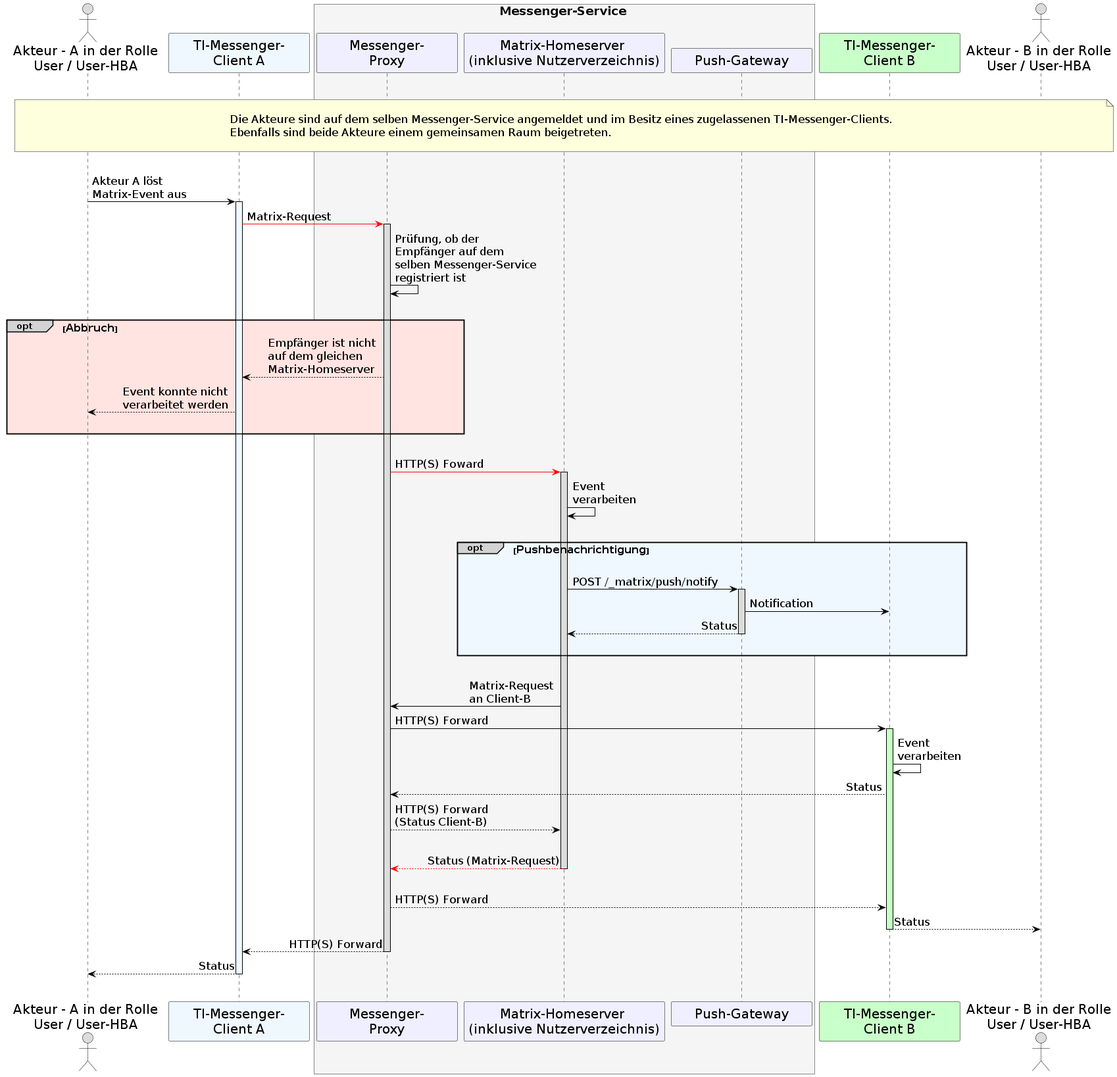
This is images/diagrams/TI-Messenger-Dienst/Ressourcen/UC_10063_Seq.png from gematik/api-ti-messenger, a PlantUML export, as it was before one commit.
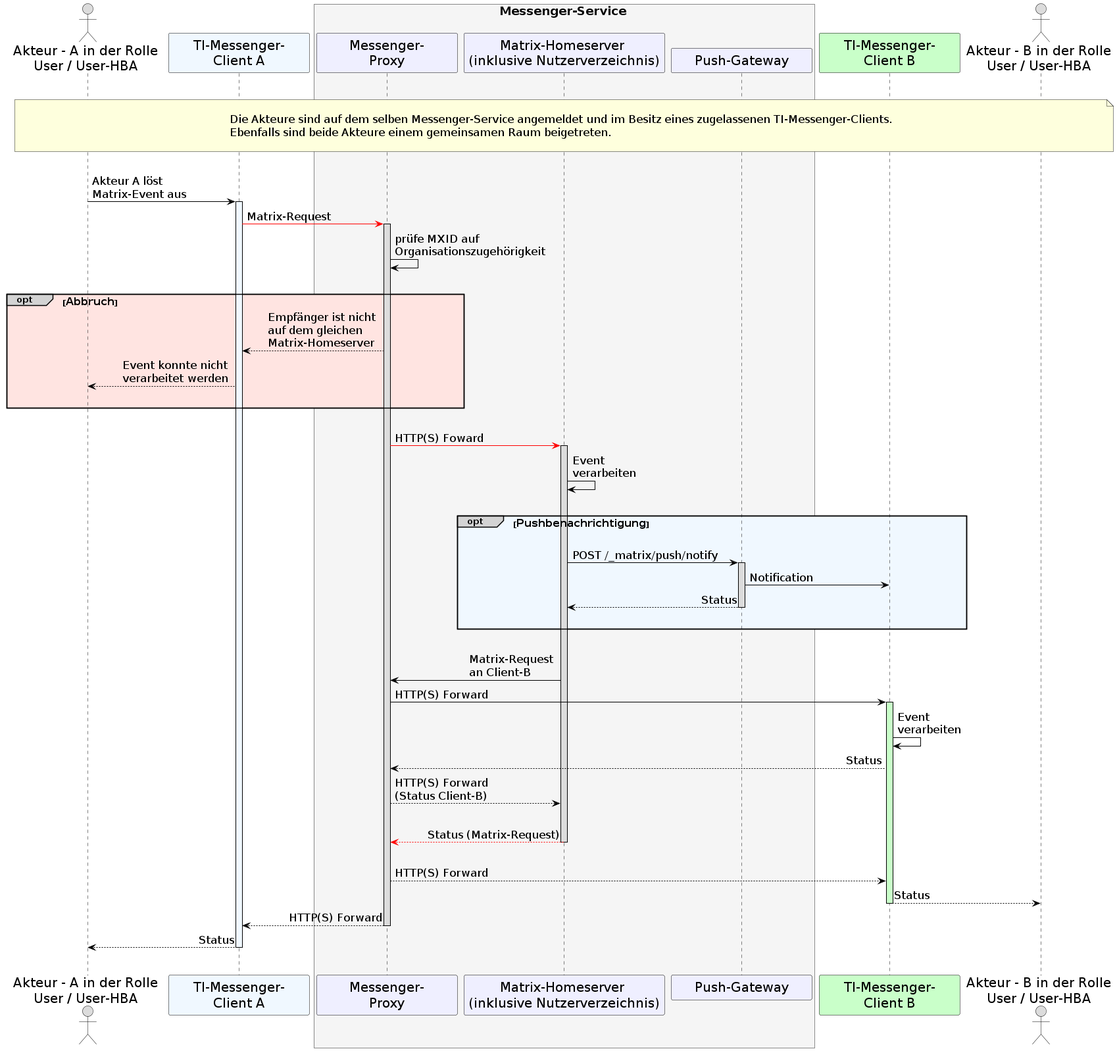
Later version of the same file.

Change to the diagram source:
```diff
@@ -43,7 +43,7 @@
       activate C1 #AliceBlue
     C1-[#red]>MP: Matrix-Request
       activate MP
-    MP->MP: Prüfung, ob der \nEmpfänger auf dem \nselben Messenger-Service \nregistriert ist
+    MP->MP: prüfe MXID auf \nOrganisationszugehörigkeit
 
     |||
     opt#LightGrey #MistyRose <size:16>Abbruch</size>
```
